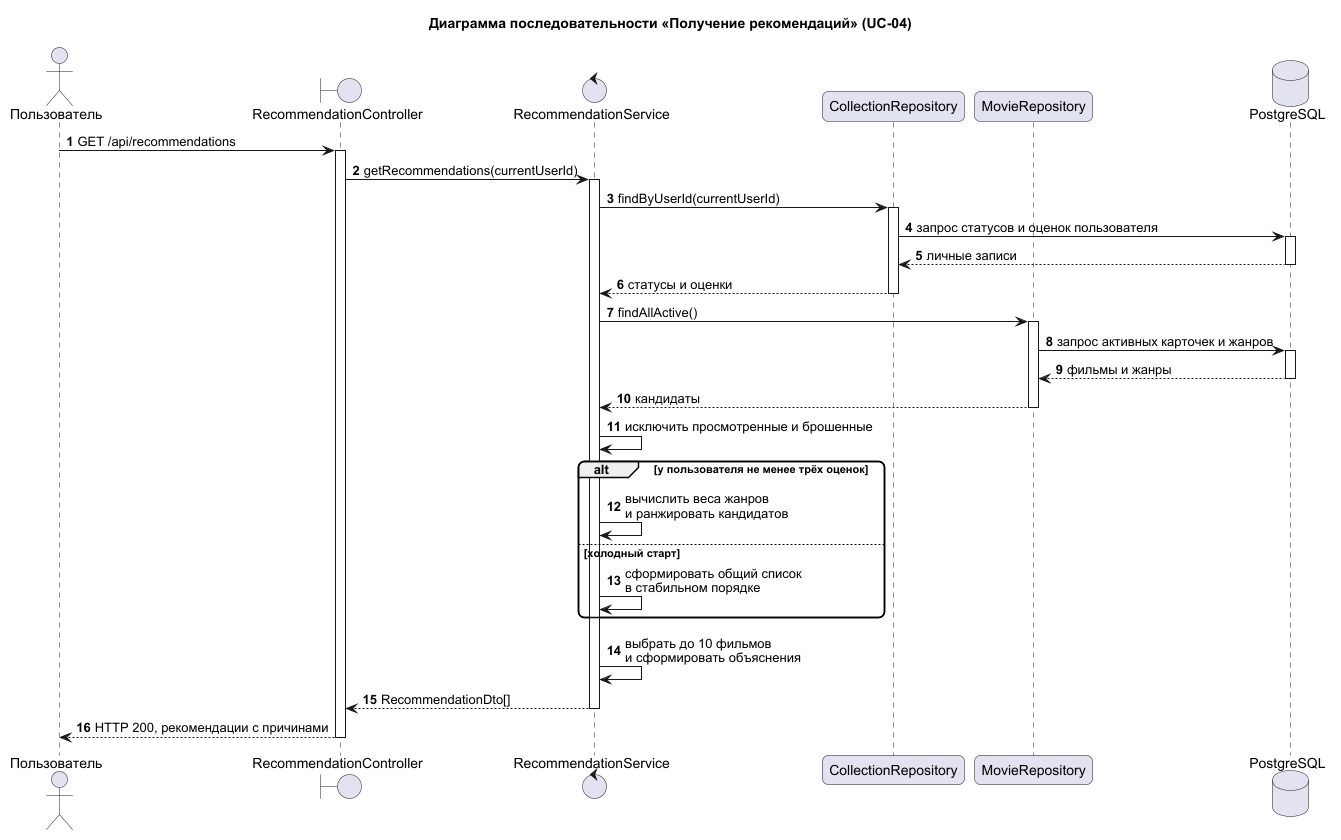
Before: uml/images/sequence.png, a diagram exported from PlantUML (Anima-ui/SDLC). Its source is kept beside it as uml/sequence.puml. The source it was exported from:
```plantuml
@startuml
skinparam defaultFontName Arial
skinparam shadowing false
skinparam roundcorner 12
autonumber
title Диаграмма последовательности «Получение рекомендаций» (UC-04)

actor Пользователь as User
boundary "RecommendationController" as Controller
control "RecommendationService" as Service
participant "CollectionRepository" as CollectionRepo
participant "MovieRepository" as MovieRepo
database "PostgreSQL" as DB

User -> Controller : GET /api/recommendations
activate Controller
Controller -> Service : getRecommendations(currentUserId)
activate Service

Service -> CollectionRepo : findByUserId(currentUserId)
activate CollectionRepo
CollectionRepo -> DB : запрос статусов и оценок пользователя
activate DB
DB --> CollectionRepo : личные записи
deactivate DB
CollectionRepo --> Service : статусы и оценки
deactivate CollectionRepo

Service -> MovieRepo : findAllActive()
activate MovieRepo
MovieRepo -> DB : запрос активных карточек и жанров
activate DB
DB --> MovieRepo : фильмы и жанры
deactivate DB
MovieRepo --> Service : кандидаты
deactivate MovieRepo

Service -> Service : исключить просмотренные и брошенные

alt у пользователя не менее трёх оценок
  Service -> Service : вычислить веса жанров\nи ранжировать кандидатов
else холодный старт
  Service -> Service : сформировать общий список\nв стабильном порядке
end

Service -> Service : выбрать до 10 фильмов\nи сформировать объяснения
Service --> Controller : RecommendationDto[]
deactivate Service
Controller --> User : HTTP 200, рекомендации с причинами
deactivate Controller
@enduml
```
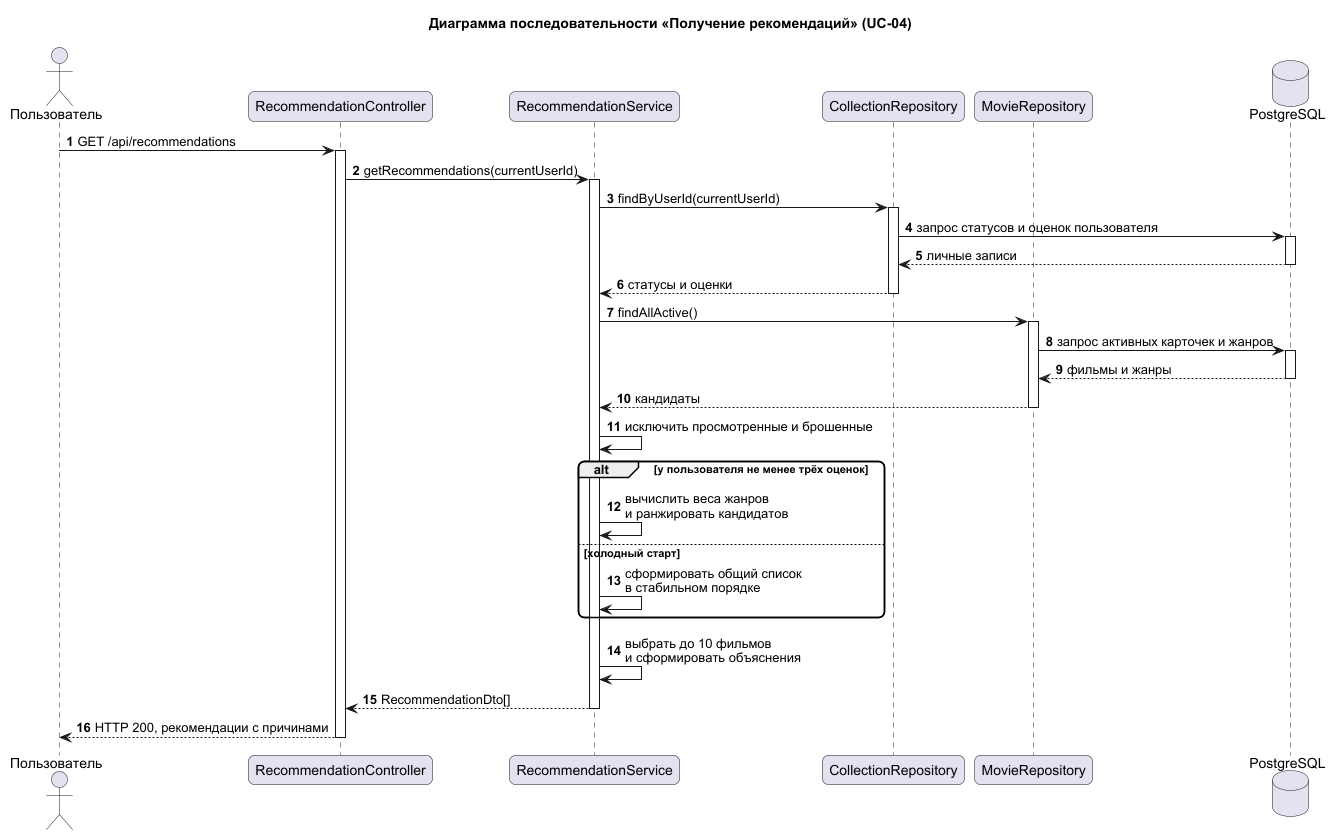
After the commit.

Commit message:
Упростить обозначения на диаграмме последовательности

The edit, as a diff of the source:
```diff
@@ -6,8 +6,8 @@
 title Диаграмма последовательности «Получение рекомендаций» (UC-04)
 
 actor Пользователь as User
-boundary "RecommendationController" as Controller
-control "RecommendationService" as Service
+participant "RecommendationController" as Controller
+participant "RecommendationService" as Service
 participant "CollectionRepository" as CollectionRepo
 participant "MovieRepository" as MovieRepo
 database "PostgreSQL" as DB
```
